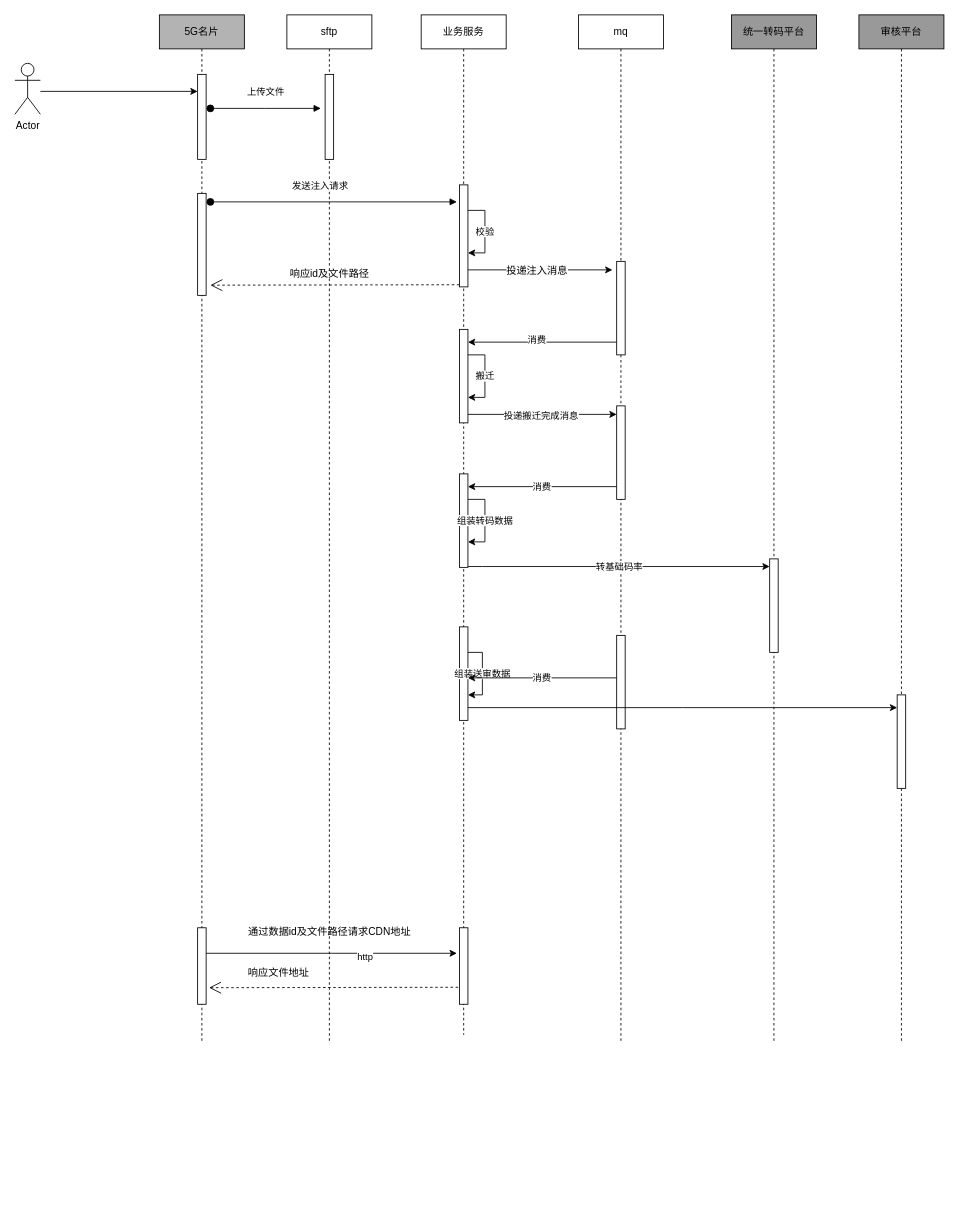
Earlier version of the draw.io diagram page "第 2 页" (2 of 2) of 新空内管系统.drawio (inkako/draw). Source tidied: cells renumbered, new cells numbered last; positions are measured from the earlier drawing's top-left corner, leaving out a move shared by most shapes. Both pictures are drawn from the tidied source at 85%, with x=0, y=0 at pixel (14, 14).
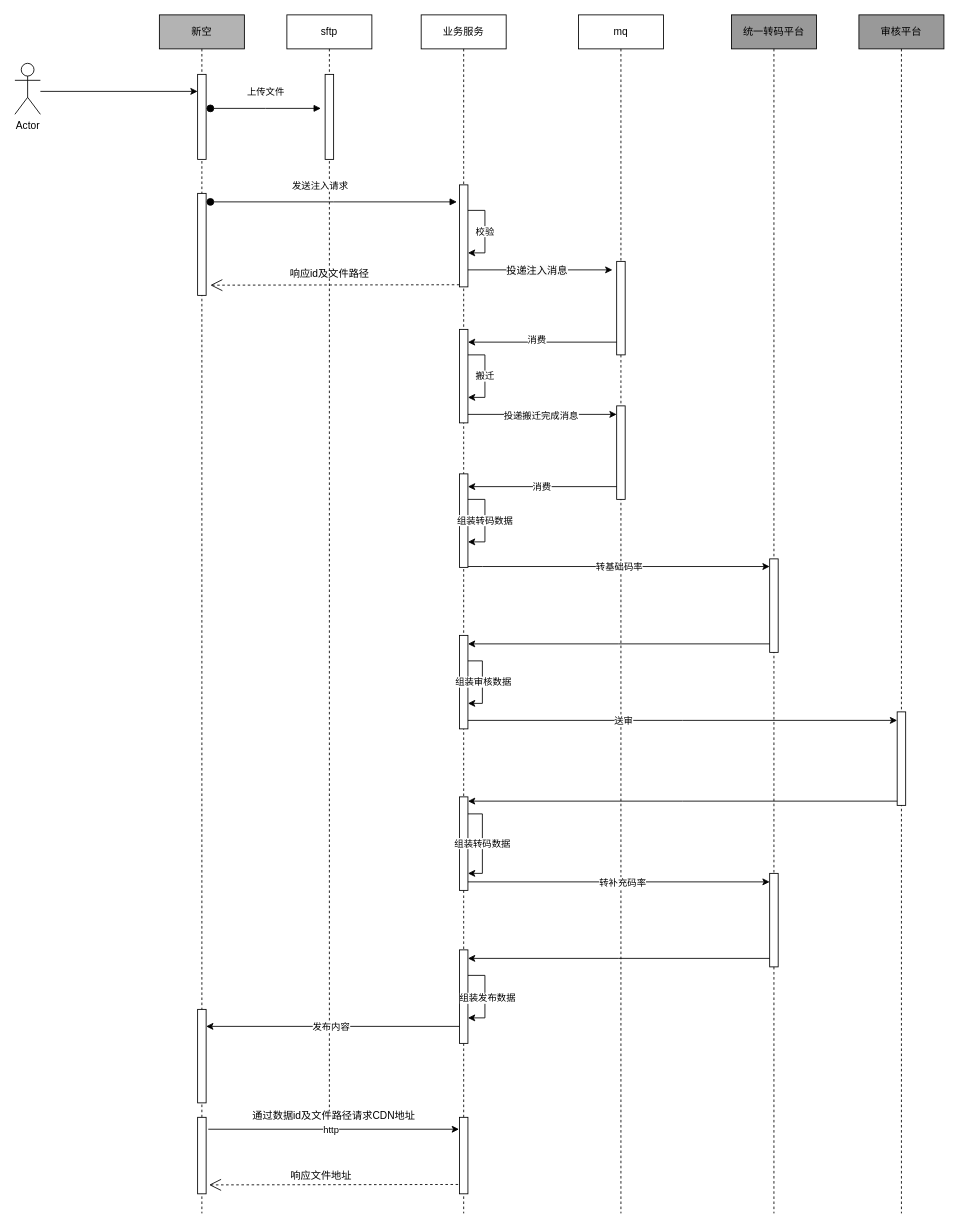
The same diagram, later.

Commit message:
更新新空内管系统.drawio

Unchanged cells that the change refers to:
```xml
<mxCell id="20" style="html=1;points=[];perimeter=orthogonalPerimeter;outlineConnect=0;targetShapes=umlLifeline;portConstraint=eastwest;newEdgeStyle={&quot;edgeStyle&quot;:&quot;elbowEdgeStyle&quot;,&quot;elbow&quot;:&quot;vertical&quot;,&quot;curved&quot;:0,&quot;rounded&quot;:0};" parent="19" vertex="1">
  <mxGeometry x="45" y="640" width="10" height="110" as="geometry" />
</mxCell>
```

Diff of the diagram source:
```diff
@@
-    <mxCell id="2" value="5G名片" style="shape=umlLifeline;perimeter=lifelinePerimeter;whiteSpace=wrap;html=1;newEdgeStyle={&quot;edgeStyle&quot;:&quot;elbowEdgeStyle&quot;,&quot;elbow&quot;:&quot;vertical&quot;,&quot;curved&quot;:0,&quot;rounded&quot;:0};fillColor=#B3B3B3;" parent="1" vertex="1">
-      <mxGeometry x="170" width="100" height="1210" as="geometry" />
+    <mxCell id="2" value="新空" style="shape=umlLifeline;perimeter=lifelinePerimeter;whiteSpace=wrap;html=1;newEdgeStyle={&quot;edgeStyle&quot;:&quot;elbowEdgeStyle&quot;,&quot;elbow&quot;:&quot;vertical&quot;,&quot;curved&quot;:0,&quot;rounded&quot;:0};fillColor=#B3B3B3;" parent="1" vertex="1">
+      <mxGeometry x="170" width="100" height="1410" as="geometry" />
     </mxCell>
@@
     <mxCell id="5" style="html=1;points=[];perimeter=orthogonalPerimeter;outlineConnect=0;targetShapes=umlLifeline;portConstraint=eastwest;newEdgeStyle={&quot;edgeStyle&quot;:&quot;elbowEdgeStyle&quot;,&quot;elbow&quot;:&quot;vertical&quot;,&quot;curved&quot;:0,&quot;rounded&quot;:0};" parent="2" vertex="1">
-      <mxGeometry x="45" y="1074" width="10" height="90" as="geometry" />
+      <mxGeometry x="45" y="1297" width="10" height="90" as="geometry" />
     </mxCell>
+    <mxCell id="47" style="html=1;points=[];perimeter=orthogonalPerimeter;outlineConnect=0;targetShapes=umlLifeline;portConstraint=eastwest;newEdgeStyle={&quot;edgeStyle&quot;:&quot;elbowEdgeStyle&quot;,&quot;elbow&quot;:&quot;vertical&quot;,&quot;curved&quot;:0,&quot;rounded&quot;:0};" parent="2" vertex="1">
+      <mxGeometry x="45" y="1170" width="10" height="110" as="geometry" />
+    </mxCell>
     <mxCell id="6" value="业务服务" style="shape=umlLifeline;perimeter=lifelinePerimeter;whiteSpace=wrap;html=1;newEdgeStyle={&quot;edgeStyle&quot;:&quot;elbowEdgeStyle&quot;,&quot;elbow&quot;:&quot;vertical&quot;,&quot;curved&quot;:0,&quot;rounded&quot;:0};" parent="1" vertex="1">
-      <mxGeometry x="478" width="100" height="1200" as="geometry" />
+      <mxGeometry x="478" width="100" height="1410" as="geometry" />
     </mxCell>
@@
     <mxCell id="8" style="html=1;perimeter=orthogonalPerimeter;targetShapes=umlLifeline;newEdgeStyle={&quot;edgeStyle&quot;:&quot;elbowEdgeStyle&quot;,&quot;elbow&quot;:&quot;vertical&quot;,&quot;curved&quot;:0,&quot;rounded&quot;:0};" parent="6" vertex="1">
-      <mxGeometry x="45" y="1074" width="10" height="90" as="geometry" />
+      <mxGeometry x="45" y="1297" width="10" height="90" as="geometry" />
     </mxCell>
@@
-    <mxCell id="12" style="html=1;points=[];perimeter=orthogonalPerimeter;outlineConnect=0;targetShapes=umlLifeline;portConstraint=eastwest;newEdgeStyle={&quot;edgeStyle&quot;:&quot;elbowEdgeStyle&quot;,&quot;elbow&quot;:&quot;vertical&quot;,&quot;curved&quot;:0,&quot;rounded&quot;:0};" parent="6" vertex="1">
-      <mxGeometry x="45" y="720" width="10" height="110" as="geometry" />
-    </mxCell>
-    <mxCell id="13" value="组装送审数据&lt;span class=&quot;eusoft-eudic-chrome-extension-translate-content&quot;&gt;&lt;/span&gt;" style="edgeStyle=elbowEdgeStyle;rounded=0;orthogonalLoop=1;jettySize=auto;html=1;elbow=vertical;curved=0;" parent="6" edge="1" source="12" target="12">
-      <mxGeometry relative="1" as="geometry">
-        <Array as="points">
-          <mxPoint x="72" y="800" />
-        </Array>
-      </mxGeometry>
-    </mxCell>
@@
+    <mxCell id="18" style="html=1;points=[];perimeter=orthogonalPerimeter;outlineConnect=0;targetShapes=umlLifeline;portConstraint=eastwest;newEdgeStyle={&quot;edgeStyle&quot;:&quot;elbowEdgeStyle&quot;,&quot;elbow&quot;:&quot;vertical&quot;,&quot;curved&quot;:0,&quot;rounded&quot;:0};" parent="6" vertex="1">
+      <mxGeometry x="45" y="730" width="10" height="110" as="geometry" />
+    </mxCell>
+    <mxCell id="48" style="edgeStyle=elbowEdgeStyle;rounded=0;orthogonalLoop=1;jettySize=auto;html=1;elbow=horizontal;curved=0;" parent="6" edge="1" source="18" target="18">
+      <mxGeometry relative="1" as="geometry">
+        <Array as="points">
+          <mxPoint x="72" y="810" />
+        </Array>
+      </mxGeometry>
+    </mxCell>
+    <mxCell id="49" value="组装审核数据" style="edgeLabel;html=1;align=center;verticalAlign=middle;" parent="48" vertex="1">
+      <mxGeometry x="-0.03" relative="1" as="geometry" />
+    </mxCell>
+    <mxCell id="50" style="html=1;points=[];perimeter=orthogonalPerimeter;outlineConnect=0;targetShapes=umlLifeline;portConstraint=eastwest;newEdgeStyle={&quot;edgeStyle&quot;:&quot;elbowEdgeStyle&quot;,&quot;elbow&quot;:&quot;vertical&quot;,&quot;curved&quot;:0,&quot;rounded&quot;:0};" parent="6" vertex="1">
+      <mxGeometry x="45" y="920" width="10" height="110" as="geometry" />
+    </mxCell>
+    <mxCell id="51" value="组装转码数据" style="edgeStyle=elbowEdgeStyle;rounded=0;orthogonalLoop=1;jettySize=auto;html=1;elbow=horizontal;curved=0;" parent="6" edge="1" source="50" target="50">
+      <mxGeometry relative="1" as="geometry">
+        <Array as="points">
+          <mxPoint x="72" y="1010" />
+        </Array>
+      </mxGeometry>
+    </mxCell>
+    <mxCell id="52" style="html=1;points=[];perimeter=orthogonalPerimeter;outlineConnect=0;targetShapes=umlLifeline;portConstraint=eastwest;newEdgeStyle={&quot;edgeStyle&quot;:&quot;elbowEdgeStyle&quot;,&quot;elbow&quot;:&quot;vertical&quot;,&quot;curved&quot;:0,&quot;rounded&quot;:0};" parent="6" vertex="1">
+      <mxGeometry x="45" y="1100" width="10" height="110" as="geometry" />
+    </mxCell>
+    <mxCell id="53" style="edgeStyle=elbowEdgeStyle;rounded=0;orthogonalLoop=1;jettySize=auto;html=1;elbow=vertical;curved=0;" parent="6" edge="1" source="52" target="52">
+      <mxGeometry relative="1" as="geometry">
+        <Array as="points">
+          <mxPoint x="75" y="1180" />
+        </Array>
+      </mxGeometry>
+    </mxCell>
+    <mxCell id="54" value="组装发布数据" style="edgeLabel;html=1;align=center;verticalAlign=middle;" parent="53" vertex="1">
+      <mxGeometry x="-0.21" y="2" relative="1" as="geometry">
+        <mxPoint y="10" as="offset" />
+      </mxGeometry>
+    </mxCell>
     <mxCell id="15" value="mq" style="shape=umlLifeline;perimeter=lifelinePerimeter;whiteSpace=wrap;html=1;newEdgeStyle={&quot;edgeStyle&quot;:&quot;elbowEdgeStyle&quot;,&quot;elbow&quot;:&quot;vertical&quot;,&quot;curved&quot;:0,&quot;rounded&quot;:0};" parent="1" vertex="1">
-      <mxGeometry x="663" width="100" height="1210" as="geometry" />
+      <mxGeometry x="663" width="100" height="1410" as="geometry" />
     </mxCell>
@@
-    <mxCell id="18" style="html=1;points=[];perimeter=orthogonalPerimeter;outlineConnect=0;targetShapes=umlLifeline;portConstraint=eastwest;newEdgeStyle={&quot;edgeStyle&quot;:&quot;elbowEdgeStyle&quot;,&quot;elbow&quot;:&quot;vertical&quot;,&quot;curved&quot;:0,&quot;rounded&quot;:0};" parent="15" vertex="1">
-      <mxGeometry x="45" y="730" width="10" height="110" as="geometry" />
-    </mxCell>
     <mxCell id="19" value="统一转码平台" style="shape=umlLifeline;perimeter=lifelinePerimeter;whiteSpace=wrap;html=1;newEdgeStyle={&quot;edgeStyle&quot;:&quot;elbowEdgeStyle&quot;,&quot;elbow&quot;:&quot;vertical&quot;,&quot;curved&quot;:0,&quot;rounded&quot;:0};fillColor=#999999;" parent="1" vertex="1">
-      <mxGeometry x="843" width="100" height="1210" as="geometry" />
+      <mxGeometry x="843" width="100" height="1410" as="geometry" />
     </mxCell>
@@
+    <mxCell id="55" style="html=1;points=[];perimeter=orthogonalPerimeter;outlineConnect=0;targetShapes=umlLifeline;portConstraint=eastwest;newEdgeStyle={&quot;edgeStyle&quot;:&quot;elbowEdgeStyle&quot;,&quot;elbow&quot;:&quot;vertical&quot;,&quot;curved&quot;:0,&quot;rounded&quot;:0};" parent="19" vertex="1">
+      <mxGeometry x="45" y="1010" width="10" height="110" as="geometry" />
+    </mxCell>
     <mxCell id="21" value="审核平台" style="shape=umlLifeline;perimeter=lifelinePerimeter;whiteSpace=wrap;html=1;newEdgeStyle={&quot;edgeStyle&quot;:&quot;elbowEdgeStyle&quot;,&quot;elbow&quot;:&quot;vertical&quot;,&quot;curved&quot;:0,&quot;rounded&quot;:0};fillColor=#999999;" parent="1" vertex="1">
-      <mxGeometry x="993" width="100" height="1210" as="geometry" />
+      <mxGeometry x="993" width="100" height="1410" as="geometry" />
     </mxCell>
-    <mxCell id="22" style="html=1;points=[];perimeter=orthogonalPerimeter;outlineConnect=0;targetShapes=umlLifeline;portConstraint=eastwest;newEdgeStyle={&quot;edgeStyle&quot;:&quot;elbowEdgeStyle&quot;,&quot;elbow&quot;:&quot;vertical&quot;,&quot;curved&quot;:0,&quot;rounded&quot;:0};" parent="21" vertex="1">
-      <mxGeometry x="45" y="800" width="10" height="110" as="geometry" />
-    </mxCell>
+    <mxCell id="56" style="html=1;points=[];perimeter=orthogonalPerimeter;outlineConnect=0;targetShapes=umlLifeline;portConstraint=eastwest;newEdgeStyle={&quot;edgeStyle&quot;:&quot;elbowEdgeStyle&quot;,&quot;elbow&quot;:&quot;vertical&quot;,&quot;curved&quot;:0,&quot;rounded&quot;:0};" parent="21" vertex="1">
+      <mxGeometry x="45" y="820" width="10" height="110" as="geometry" />
+    </mxCell>
@@
     <mxCell id="27" value="sftp" style="shape=umlLifeline;perimeter=lifelinePerimeter;whiteSpace=wrap;html=1;newEdgeStyle={&quot;edgeStyle&quot;:&quot;elbowEdgeStyle&quot;,&quot;elbow&quot;:&quot;vertical&quot;,&quot;curved&quot;:0,&quot;rounded&quot;:0};fillColor=#FFFFFF;" parent="1" vertex="1">
-      <mxGeometry x="320" width="100" height="1210" as="geometry" />
+      <mxGeometry x="320" width="100" height="1290" as="geometry" />
     </mxCell>
@@
-    <mxCell id="31" style="edgeStyle=elbowEdgeStyle;rounded=0;jettySize=auto;html=1;elbow=vertical;curved=0;" parent="1" edge="1" source="5">
+    <mxCell id="31" style="edgeStyle=elbowEdgeStyle;rounded=0;orthogonalLoop=1;jettySize=auto;html=1;elbow=vertical;curved=0;" parent="1" edge="1">
       <mxGeometry relative="1" as="geometry">
-        <mxPoint x="520" y="1104" as="targetPoint" />
+        <mxPoint x="227.5" y="1311" as="sourcePoint" />
+        <mxPoint x="522.5" y="1311" as="targetPoint" />
       </mxGeometry>
     </mxCell>
     <mxCell id="32" value="http" style="edgeLabel;html=1;align=center;verticalAlign=middle;" parent="31" vertex="1">
-      <mxGeometry x="0.26" y="-3" relative="1" as="geometry" />
+      <mxGeometry x="0.26" y="-3" relative="1" as="geometry">
+        <mxPoint x="-42" y="-3" as="offset" />
+      </mxGeometry>
     </mxCell>
     <mxCell id="33" value="通过数据id及文件路径请求CDN地址" style="text;html=1;align=center;verticalAlign=middle;strokeColor=none;fillColor=none;" parent="1" vertex="1">
-      <mxGeometry x="265" y="1064" width="210" height="30" as="geometry" />
+      <mxGeometry x="270" y="1280" width="210" height="30" as="geometry" />
     </mxCell>
     <mxCell id="34" style="endArrow=open;endSize=12;dashed=1;html=1;rounded=0;" parent="1" edge="1">
       <mxGeometry relative="1" as="geometry">
-        <mxPoint x="521.5" y="1144" as="sourcePoint" />
-        <mxPoint x="228.5" y="1144.5" as="targetPoint" />
+        <mxPoint x="521.5" y="1376" as="sourcePoint" />
+        <mxPoint x="228.5" y="1376.5" as="targetPoint" />
       </mxGeometry>
     </mxCell>
     <mxCell id="35" value="响应文件地址" style="text;html=1;align=center;verticalAlign=middle;strokeColor=none;fillColor=none;" parent="1" vertex="1">
-      <mxGeometry x="260" y="1112" width="100" height="30" as="geometry" />
+      <mxGeometry x="310" y="1351" width="100" height="30" as="geometry" />
     </mxCell>
@@
-    <mxCell id="44" value="消费" style="edgeStyle=elbowEdgeStyle;rounded=0;jettySize=auto;html=1;elbow=vertical;curved=0;" parent="1" edge="1" source="18" target="12">
-      <mxGeometry relative="1" as="geometry" />
-    </mxCell>
-    <mxCell id="45" style="edgeStyle=elbowEdgeStyle;rounded=0;jettySize=auto;html=1;elbow=vertical;curved=0;" parent="1" edge="1" source="12" target="22">
-      <mxGeometry relative="1" as="geometry" />
-    </mxCell>
@@
+    <mxCell id="57" style="edgeStyle=elbowEdgeStyle;rounded=0;jettySize=auto;html=1;elbow=vertical;curved=0;" parent="1" edge="1" source="20" target="18">
+      <mxGeometry relative="1" as="geometry" />
+    </mxCell>
+    <mxCell id="58" style="edgeStyle=elbowEdgeStyle;rounded=0;jettySize=auto;html=1;elbow=vertical;curved=0;" parent="1" edge="1" source="18" target="56">
+      <mxGeometry relative="1" as="geometry" />
+    </mxCell>
+    <mxCell id="59" value="送审" style="edgeLabel;html=1;align=center;verticalAlign=middle;" parent="58" vertex="1">
+      <mxGeometry x="-0.28" relative="1" as="geometry" />
+    </mxCell>
+    <mxCell id="60" style="edgeStyle=elbowEdgeStyle;rounded=0;jettySize=auto;html=1;elbow=vertical;curved=0;" parent="1" edge="1" source="56" target="50">
+      <mxGeometry relative="1" as="geometry" />
+    </mxCell>
+    <mxCell id="61" style="edgeStyle=elbowEdgeStyle;rounded=0;jettySize=auto;html=1;elbow=vertical;curved=0;" parent="1" edge="1" source="50" target="55">
+      <mxGeometry relative="1" as="geometry" />
+    </mxCell>
+    <mxCell id="62" value="转补充码率" style="edgeLabel;html=1;align=center;verticalAlign=middle;" parent="61" vertex="1">
+      <mxGeometry x="0.26" y="2" relative="1" as="geometry">
+        <mxPoint x="-43" y="2" as="offset" />
+      </mxGeometry>
+    </mxCell>
+    <mxCell id="63" style="edgeStyle=elbowEdgeStyle;rounded=0;jettySize=auto;html=1;elbow=vertical;curved=0;" parent="1" edge="1" source="55" target="52">
+      <mxGeometry relative="1" as="geometry" />
+    </mxCell>
+    <mxCell id="64" style="edgeStyle=elbowEdgeStyle;rounded=0;jettySize=auto;html=1;elbow=vertical;curved=0;" parent="1" edge="1" source="52" target="47">
+      <mxGeometry relative="1" as="geometry" />
+    </mxCell>
+    <mxCell id="65" value="发布内容" style="edgeLabel;html=1;align=center;verticalAlign=middle;" parent="64" vertex="1">
+      <mxGeometry x="0.09" relative="1" as="geometry">
+        <mxPoint x="10" as="offset" />
+      </mxGeometry>
+    </mxCell>
```
